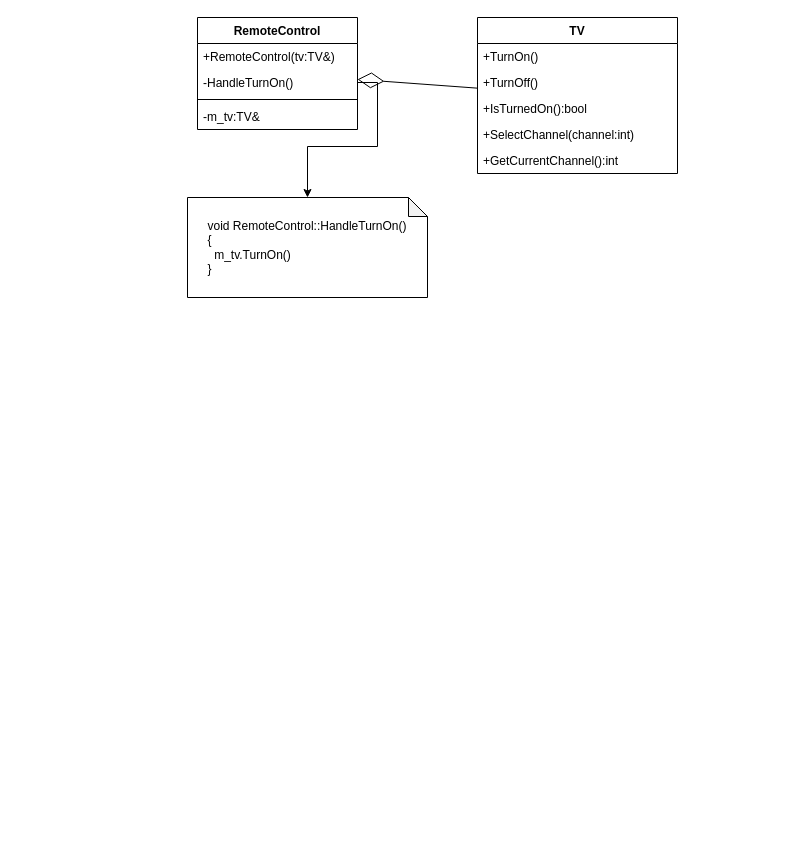
alexey-malov/oop keeps this draw.io diagram as lectures/03/relationship.drawio. Above is the earlier version. Source tidied: cells renumbered, new cells numbered last; positions are measured from the earlier drawing's top-left corner, leaving out a move shared by most shapes. Both pictures are drawn from the tidied source at 100%, with x=0, y=0 at pixel (187, 17).
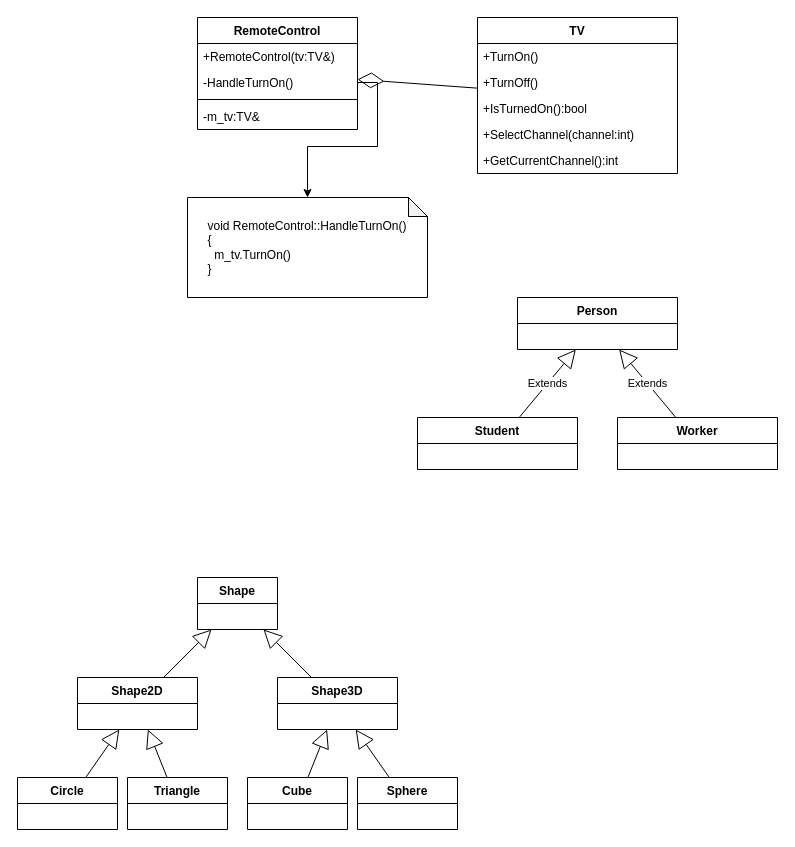
The same diagram, later.

Commit message (it also covers changes not shown here):
обновил лекцию по наследованию

Change to the diagram source:
```diff
@@
+    <mxCell id="16" value="Person" style="swimlane;fontStyle=1;align=center;verticalAlign=top;horizontal=1;startSize=26;" parent="1" vertex="1">
+      <mxGeometry x="330" y="280" width="160" height="52" as="geometry" />
+    </mxCell>
+    <mxCell id="17" value="Student" style="swimlane;fontStyle=1;align=center;verticalAlign=top;horizontal=1;startSize=26;" parent="1" vertex="1">
+      <mxGeometry x="230" y="400" width="160" height="52" as="geometry" />
+    </mxCell>
+    <mxCell id="18" value="Worker" style="swimlane;fontStyle=1;align=center;verticalAlign=top;horizontal=1;startSize=26;" parent="1" vertex="1">
+      <mxGeometry x="430" y="400" width="160" height="52" as="geometry" />
+    </mxCell>
+    <mxCell id="19" value="Extends" style="endArrow=block;endSize=16;endFill=0;html=1;" parent="1" edge="1" source="17" target="16">
+      <mxGeometry relative="1" as="geometry" />
+    </mxCell>
+    <mxCell id="20" value="Extends" style="endArrow=block;endSize=16;endFill=0;html=1;" parent="1" edge="1" source="18" target="16">
+      <mxGeometry relative="1" as="geometry" />
+    </mxCell>
+    <mxCell id="21" value="Shape" style="swimlane;fontStyle=1;align=center;verticalAlign=top;horizontal=1;startSize=26;" parent="1" vertex="1">
+      <mxGeometry x="10" y="560" width="80" height="52" as="geometry" />
+    </mxCell>
+    <mxCell id="22" value="Shape2D" style="swimlane;fontStyle=1;align=center;verticalAlign=top;horizontal=1;startSize=26;" parent="1" vertex="1">
+      <mxGeometry x="-110" y="660" width="120" height="52" as="geometry" />
+    </mxCell>
+    <mxCell id="23" value="Shape3D" style="swimlane;fontStyle=1;align=center;verticalAlign=top;horizontal=1;startSize=26;" parent="1" vertex="1">
+      <mxGeometry x="90" y="660" width="120" height="52" as="geometry" />
+    </mxCell>
+    <mxCell id="24" value="Circle" style="swimlane;fontStyle=1;align=center;verticalAlign=top;horizontal=1;startSize=26;" parent="1" vertex="1">
+      <mxGeometry x="-170" y="760" width="100" height="52" as="geometry" />
+    </mxCell>
+    <mxCell id="25" value="Triangle" style="swimlane;fontStyle=1;align=center;verticalAlign=top;horizontal=1;startSize=26;" parent="1" vertex="1">
+      <mxGeometry x="-60" y="760" width="100" height="52" as="geometry" />
+    </mxCell>
+    <mxCell id="26" value="Cube" style="swimlane;fontStyle=1;align=center;verticalAlign=top;horizontal=1;startSize=26;" parent="1" vertex="1">
+      <mxGeometry x="60" y="760" width="100" height="52" as="geometry" />
+    </mxCell>
+    <mxCell id="27" value="Sphere" style="swimlane;fontStyle=1;align=center;verticalAlign=top;horizontal=1;startSize=26;" parent="1" vertex="1">
+      <mxGeometry x="170" y="760" width="100" height="52" as="geometry" />
+    </mxCell>
+    <mxCell id="28" style="endArrow=block;endSize=16;endFill=0;html=1;" parent="1" edge="1" source="22" target="21">
+      <mxGeometry relative="1" as="geometry" />
+    </mxCell>
+    <mxCell id="29" style="endArrow=block;endSize=16;endFill=0;html=1;" parent="1" edge="1" source="23" target="21">
+      <mxGeometry relative="1" as="geometry" />
+    </mxCell>
+    <mxCell id="30" style="endArrow=block;endSize=16;endFill=0;html=1;" parent="1" edge="1" source="26" target="23">
+      <mxGeometry relative="1" as="geometry" />
+    </mxCell>
+    <mxCell id="31" style="endArrow=block;endSize=16;endFill=0;html=1;" parent="1" edge="1" source="27" target="23">
+      <mxGeometry relative="1" as="geometry" />
+    </mxCell>
+    <mxCell id="32" style="endArrow=block;endSize=16;endFill=0;html=1;" parent="1" edge="1" source="25" target="22">
+      <mxGeometry relative="1" as="geometry" />
+    </mxCell>
+    <mxCell id="33" style="endArrow=block;endSize=16;endFill=0;html=1;" parent="1" edge="1" source="24" target="22">
+      <mxGeometry relative="1" as="geometry" />
+    </mxCell>
```
